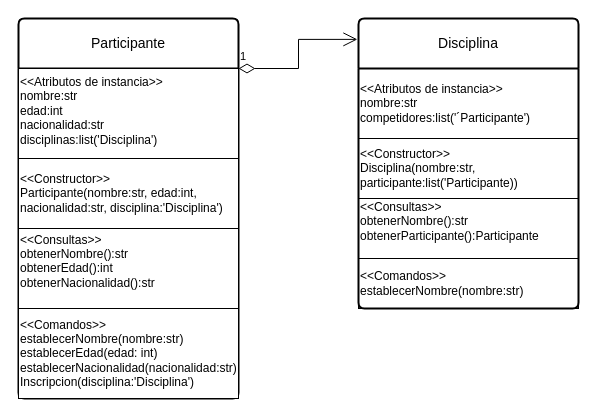
Earlier version of the draw.io diagram Tp6/EjercicioNro6Tp6.drawio (AndyGar04/ProgramacionUnoMate). Source tidied: cells renumbered, new cells numbered last; positions are measured from the earlier drawing's top-left corner, leaving out a move shared by most shapes. Both pictures are drawn from the tidied source at 100%, with x=0, y=0 at pixel (18, 18).
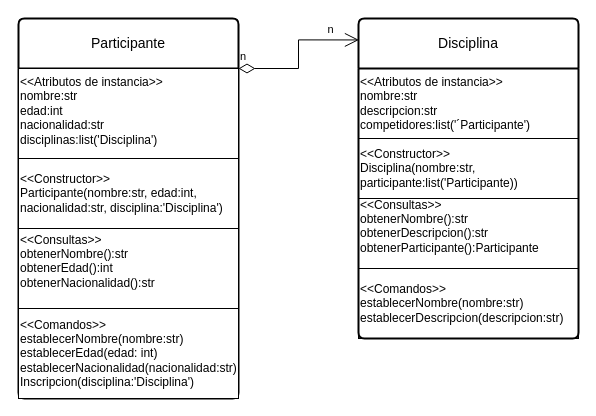
The same page after the edit.

Diff of the diagram source:
```diff
@@
 <mxGraphModel>
   <root>
     <mxCell id="0" />
     <mxCell id="1" parent="0" />
     <mxCell id="2" value="Participante" style="swimlane;horizontal=1;startSize=50;rounded=1;fontSize=14;fontStyle=0;strokeWidth=2;shadow=0;dashed=0;align=center;arcSize=4;whiteSpace=wrap;html=1;" parent="1" vertex="1">
       <mxGeometry width="220" height="380" as="geometry" />
     </mxCell>
     <mxCell id="3" value="&amp;lt;&amp;lt;Constructor&amp;gt;&amp;gt;&lt;div&gt;Participante(nombre:str, edad:int, nacionalidad:str, disciplina:'Disciplina')&lt;/div&gt;" style="rounded=0;whiteSpace=wrap;html=1;align=left;" parent="1" vertex="1">
       <mxGeometry y="140" width="220" height="70" as="geometry" />
     </mxCell>
     <mxCell id="4" value="&amp;lt;&amp;lt;Consultas&amp;gt;&amp;gt;&lt;div&gt;obtenerNombre():str&lt;/div&gt;&lt;div&gt;obtenerEdad():int&lt;/div&gt;&lt;div&gt;obtenerNacionalidad():str&lt;/div&gt;&lt;div&gt;&lt;br&gt;&lt;/div&gt;" style="rounded=0;whiteSpace=wrap;html=1;align=left;" parent="1" vertex="1">
       <mxGeometry y="210" width="220" height="80" as="geometry" />
     </mxCell>
     <mxCell id="5" value="&amp;lt;&amp;lt;Comandos&amp;gt;&amp;gt;&lt;div&gt;establecerNombre(nombre:&lt;span style=&quot;background-color: initial;&quot;&gt;str&lt;/span&gt;&lt;span style=&quot;background-color: initial;&quot;&gt;)&lt;/span&gt;&lt;/div&gt;&lt;div&gt;establecerEdad(edad: int)&lt;/div&gt;&lt;div&gt;establecerNacionalidad(nacionalidad:str)&lt;/div&gt;&lt;div&gt;Inscripcion(disciplina:'Disciplina')&lt;/div&gt;" style="rounded=0;whiteSpace=wrap;html=1;align=left;" parent="1" vertex="1">
       <mxGeometry y="290" width="220" height="90" as="geometry" />
     </mxCell>
     <mxCell id="6" value="&amp;lt;&amp;lt;Atributos de instancia&amp;gt;&amp;gt;&lt;div&gt;nombre:str&lt;/div&gt;&lt;div&gt;edad:int&lt;/div&gt;&lt;div&gt;nacionalidad:str&lt;/div&gt;&lt;div&gt;disciplinas:list('Disciplina')&lt;/div&gt;" style="rounded=0;whiteSpace=wrap;html=1;align=left;verticalAlign=top;" parent="1" vertex="1">
       <mxGeometry y="50" width="220" height="90" as="geometry" />
     </mxCell>
-    <mxCell id="7" value="&amp;lt;&amp;lt;Atributos de instancia&amp;gt;&amp;gt;&lt;div&gt;nombre:str&lt;/div&gt;&lt;div&gt;competidores:list('´Participante')&lt;/div&gt;" style="rounded=0;whiteSpace=wrap;html=1;align=left;" parent="1" vertex="1">
+    <mxCell id="7" value="&amp;lt;&amp;lt;Atributos de instancia&amp;gt;&amp;gt;&lt;div&gt;nombre:str&lt;/div&gt;&lt;div&gt;descripcion:str&lt;/div&gt;&lt;div&gt;competidores:list('´Participante')&lt;/div&gt;" style="rounded=0;whiteSpace=wrap;html=1;align=left;" parent="1" vertex="1">
       <mxGeometry x="340" y="50" width="220" height="70" as="geometry" />
     </mxCell>
     <mxCell id="8" value="&amp;lt;&amp;lt;Constructor&amp;gt;&amp;gt;&lt;div&gt;Disciplina(nombre:str,&lt;/div&gt;&lt;div&gt;participante:list('Participante))&lt;/div&gt;" style="rounded=0;whiteSpace=wrap;html=1;align=left;" parent="1" vertex="1">
       <mxGeometry x="340" y="120" width="220" height="60" as="geometry" />
     </mxCell>
-    <mxCell id="9" value="&amp;lt;&amp;lt;Consultas&amp;gt;&amp;gt;&lt;div&gt;obtenerNombre():str&lt;/div&gt;&lt;div&gt;obtenerParticipante():Participante&lt;/div&gt;&lt;div&gt;&lt;br&gt;&lt;/div&gt;" style="rounded=0;whiteSpace=wrap;html=1;align=left;" parent="1" vertex="1">
-      <mxGeometry x="340" y="180" width="220" height="60" as="geometry" />
+    <mxCell id="9" value="&amp;lt;&amp;lt;Consultas&amp;gt;&amp;gt;&lt;div&gt;obtenerNombre():str&lt;/div&gt;&lt;div&gt;obtenerDescripcion():str&lt;/div&gt;&lt;div&gt;obtenerParticipante():Participante&lt;/div&gt;&lt;div&gt;&lt;br&gt;&lt;/div&gt;" style="rounded=0;whiteSpace=wrap;html=1;align=left;" parent="1" vertex="1">
+      <mxGeometry x="340" y="180" width="220" height="70" as="geometry" />
     </mxCell>
-    <mxCell id="10" value="&amp;lt;&amp;lt;Comandos&amp;gt;&amp;gt;&lt;div&gt;establecerNombre(nombre:str)&lt;/div&gt;" style="rounded=0;whiteSpace=wrap;html=1;align=left;" parent="1" vertex="1">
-      <mxGeometry x="340" y="240" width="220" height="50" as="geometry" />
+    <mxCell id="10" value="&amp;lt;&amp;lt;Comandos&amp;gt;&amp;gt;&lt;div&gt;establecerNombre(nombre:str)&lt;/div&gt;&lt;div&gt;establecerDescripcion(descripcion:str)&lt;/div&gt;" style="rounded=0;whiteSpace=wrap;html=1;align=left;" parent="1" vertex="1">
+      <mxGeometry x="340" y="250" width="220" height="70" as="geometry" />
     </mxCell>
     <mxCell id="11" value="Disciplina" style="swimlane;horizontal=1;startSize=50;rounded=1;fontSize=14;fontStyle=0;strokeWidth=2;shadow=0;dashed=0;align=center;arcSize=4;whiteSpace=wrap;html=1;" parent="1" vertex="1">
-      <mxGeometry x="340" width="220" height="290" as="geometry" />
+      <mxGeometry x="340" width="220" height="320" as="geometry" />
     </mxCell>
-    <mxCell id="12" value="1" style="endArrow=open;html=1;endSize=12;startArrow=diamondThin;startSize=14;startFill=0;edgeStyle=orthogonalEdgeStyle;align=left;verticalAlign=bottom;rounded=0;exitX=1;exitY=0;exitDx=0;exitDy=0;entryX=-0.005;entryY=0.072;entryDx=0;entryDy=0;entryPerimeter=0;" parent="1" edge="1" source="6" target="11">
+    <mxCell id="12" value="n" style="endArrow=open;html=1;endSize=12;startArrow=diamondThin;startSize=14;startFill=0;edgeStyle=orthogonalEdgeStyle;align=left;verticalAlign=bottom;rounded=0;exitX=1;exitY=0;exitDx=0;exitDy=0;entryX=0.002;entryY=0.067;entryDx=0;entryDy=0;entryPerimeter=0;" parent="1" edge="1" source="6" target="11">
       <mxGeometry x="-1" y="3" relative="1" as="geometry">
         <Array as="points">
           <mxPoint x="280" y="50" />
           <mxPoint x="280" y="21" />
         </Array>
       </mxGeometry>
     </mxCell>
+    <mxCell id="13" value="n" style="edgeLabel;html=1;align=center;verticalAlign=middle;" parent="12" vertex="1">
+      <mxGeometry x="0.88" relative="1" as="geometry">
+        <mxPoint x="-20" y="-11" as="offset" />
+      </mxGeometry>
+    </mxCell>
   </root>
 </mxGraphModel>
```
